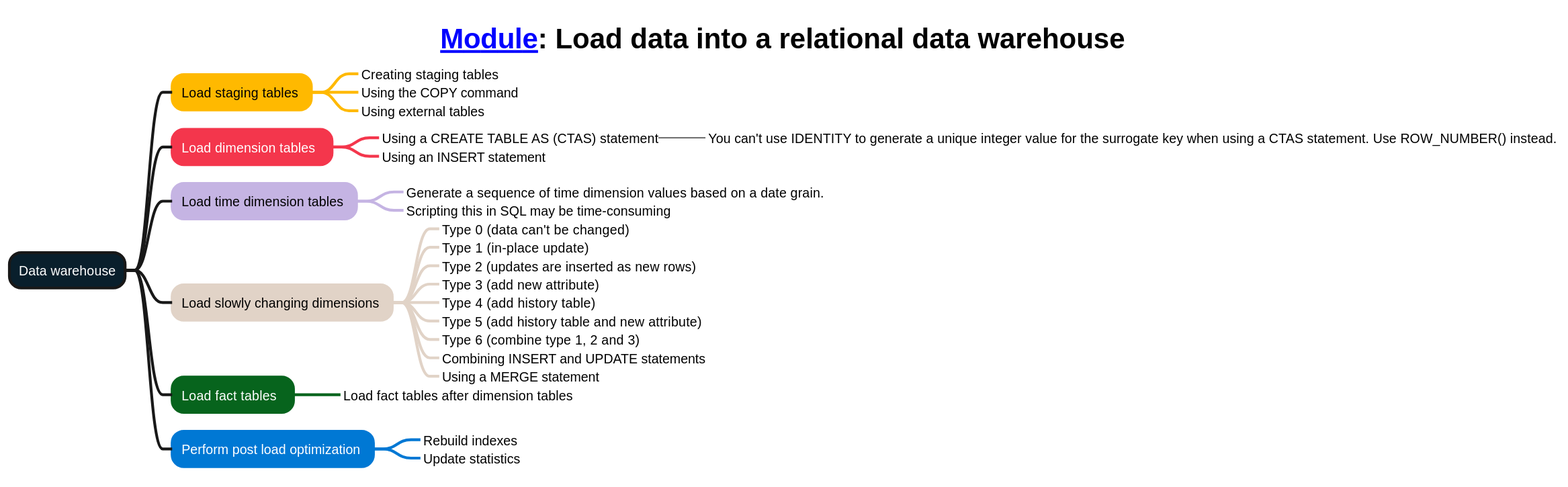
The PlantUML diagram mindmaps/11-Load data into a relational data warehouse.svg in weslbo/dp-203, before a commit.
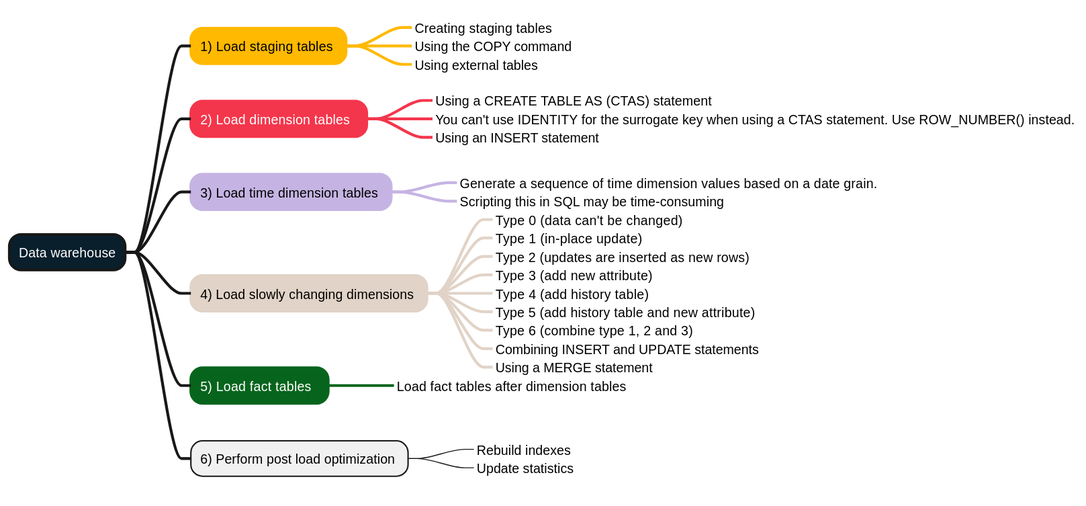
The same diagram one commit later.

What changed in the source:
```diff
@@ -1,67 +1,57 @@
 @startmindmap
 <style>
-title {
-        FontSize 30
-        FontColor #000000
-    }
-mindmapDiagram {
-    :depth(0) {
-        BackgroundColor #091f2c
-        FontColor #ffffff
-        LineThickness 3.0
-    }
-    .topic1 {
-        BackgroundColor #ffb900
-        LineColor #ffb900
-        LineThickness 3.0
-        FontColor #000000
-    }
-    .topic2 {
-        BackgroundColor #f4364c
-        LineColor #f4364c
-        LineThickness 3.0
-        FontColor #ffffff
-    }
-    .topic3 {
-        BackgroundColor #c5b4e3
-        LineColor #c5b4e3
-        LineThickness 3.0
-        FontColor #000000
-    }
-    .topic4 {
-        BackgroundColor #e1d3c7
-        LineColor #e1d3c7
-        LineThickness 3.0
-        FontColor #000000
-    }
-    .topic5 {
-        BackgroundColor #07641d
-        LineColor #07641d
-        LineThickness 3.0
-        FontColor #ffffff
-    }
-    .topic6 {
-        BackgroundColor #0078d4
-        LineColor #0078d4
-        LineThickness 3.0
-        FontColor #ffffff
-    }
+node {
+    Margin 20
+}
+:depth(0) {
+    BackgroundColor #091f2c
+    FontColor #ffffff
+    LineThickness 3.0
+}
+.topic1 {
+    BackgroundColor #ffb900
+    LineColor #ffb900
+    LineThickness 3.0
+    FontColor #000000
+}
+.topic2 {
+    BackgroundColor #f4364c
+    LineColor #f4364c
+    LineThickness 3.0
+    FontColor #ffffff
+}
+.topic3 {
+    BackgroundColor #c5b4e3
+    LineColor #c5b4e3
+    LineThickness 3.0
+    FontColor #000000
+}
+.topic4 {
+    BackgroundColor #e1d3c7
+    LineColor #e1d3c7
+    LineThickness 3.0
+    FontColor #000000
+}
+.topic5 {
+    BackgroundColor #07641d
+    LineColor #07641d
+    LineThickness 3.0
+    FontColor #ffffff
 }
 </style>
-title [[https://learn.microsoft.com/training/modules/load-optimize-data-into-relational-data-warehouse Module]]: Load data into a relational data warehouse
 + Data warehouse
-++ Load staging tables <<topic1>>
+++ 1) Load staging tables <<topic1>>
 +++_ Creating staging tables
 +++_ Using the COPY command
 +++_ Using external tables
-++ Load dimension tables  <<topic2>>
+++ 2) Load dimension tables  <<topic2>>
 +++_ Using a CREATE TABLE AS (CTAS) statement
-++++_ You can't use IDENTITY to generate a unique integer value for the surrogate key when using a CTAS statement. Use ROW_NUMBER() instead.
++++_ You can't use IDENTITY for the surrogate key when using a CTAS statement. Use ROW_NUMBER() instead.
 +++_ Using an INSERT statement
-++ Load time dimension tables <<topic3>>
+++ 3) Load time dimension tables <<topic3>>
 +++_ Generate a sequence of time dimension values based on a date grain.
 +++_ Scripting this in SQL may be time-consuming
-++ Load slowly changing dimensions <<topic4>>
+++ 4) Load slowly changing dimensions <<topic4>>
 +++_ Type 0 (data can't be changed)
 +++_ Type 1 (in-place update)
 +++_ Type 2 (updates are inserted as new rows)
@@ -71,9 +61,9 @@
 +++_ Type 6 (combine type 1, 2 and 3)
 +++_ Combining INSERT and UPDATE statements
 +++_ Using a MERGE statement
-++ Load fact tables  <<topic5>>
+++ 5) Load fact tables  <<topic5>>
 +++_ Load fact tables after dimension tables
-++ Perform post load optimization <<topic6>>
+++ 6) Perform post load optimization <<topic6>>
 +++_ Rebuild indexes
 +++_ Update statistics
 @endmindmap
```
